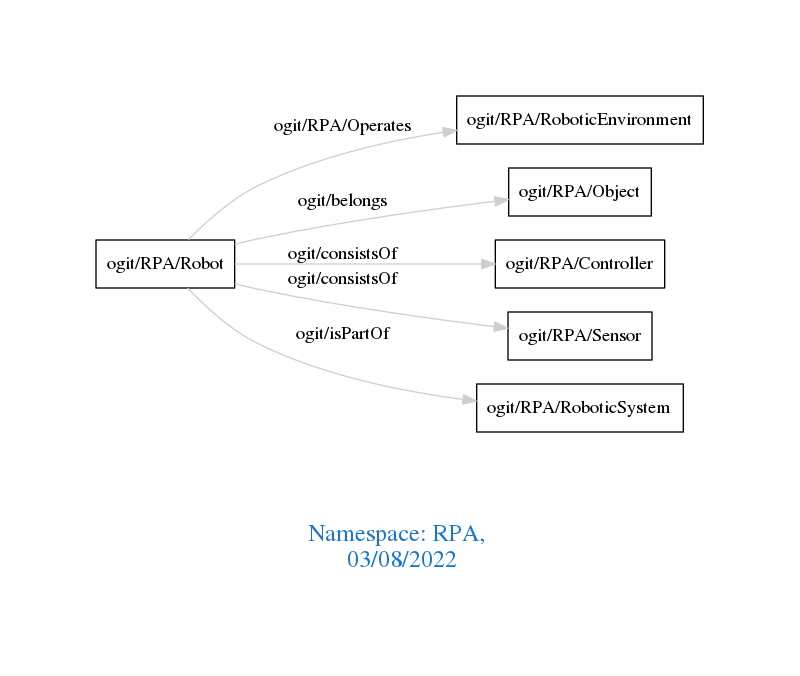
Above: downloads/RPA.png in arago/OGIT (Graphviz), before the change. Its source is kept beside it as downloads/RPA.dot.
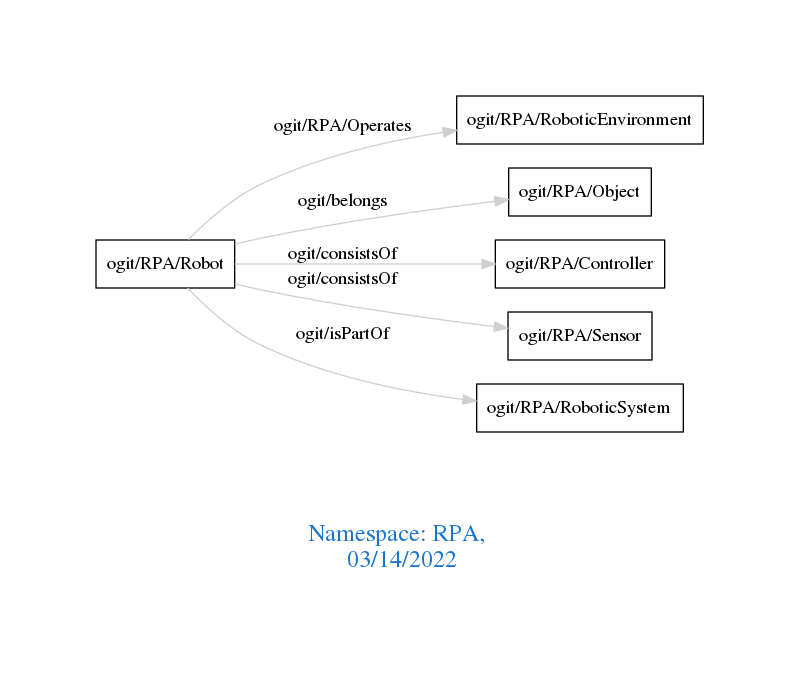
The same diagram one commit later.

Diff of the diagram source:
```diff
@@ -1,7 +1,7 @@
 digraph OGIT_ontology {
  graph [ rankdir= LR,pad=1
 fontsize = 18,
-fontcolor= dodgerblue3,label = "\n\n\nNamespace: RPA, \n 03/08/2022"];
+fontcolor= dodgerblue3,label = "\n\n\nNamespace: RPA, \n 03/14/2022"];
 node[shape=polygon];
 edge [  color="gray81"];
 
```
